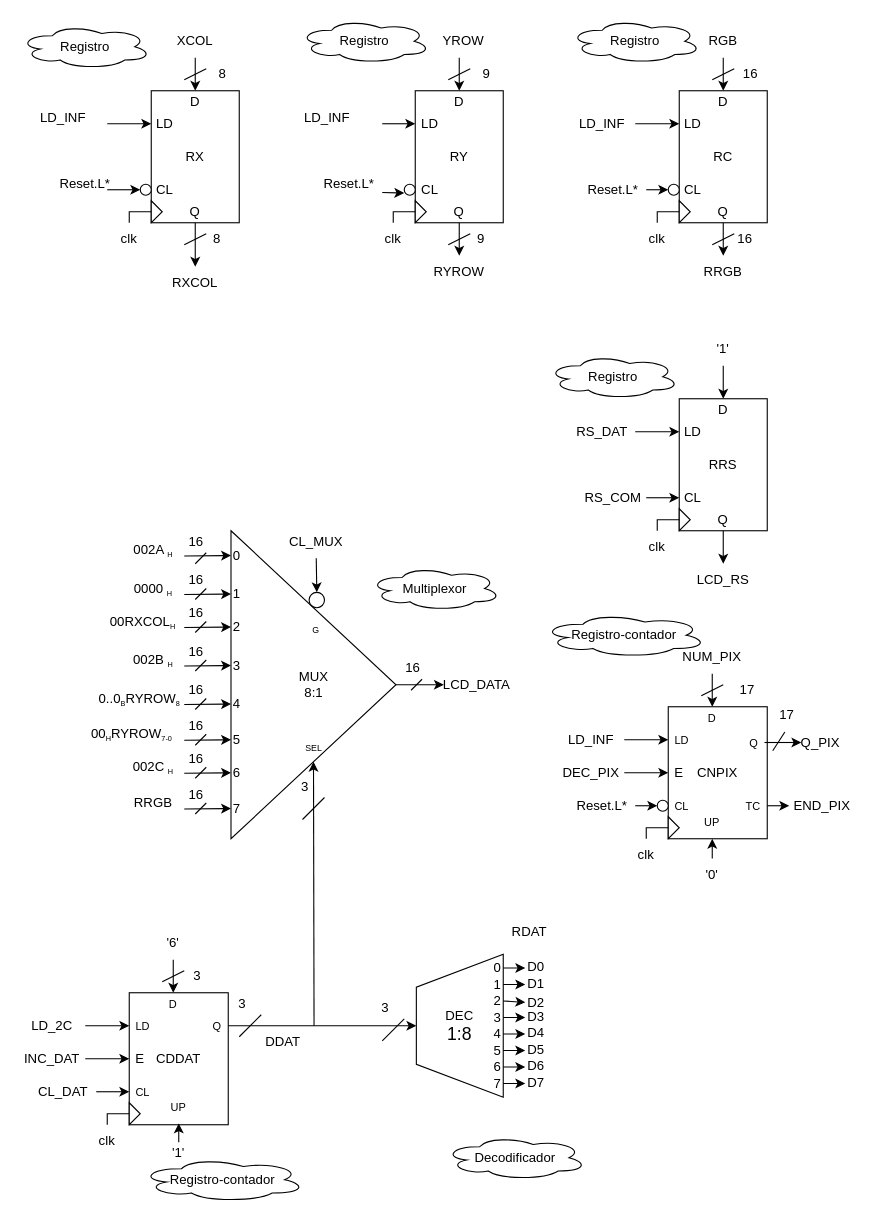
The draw.io diagram page "UP" (2 of 2) of Grupo-C4/Proyecto/Documentación/LCD_CTRL.drawio in AlexAgustin/Grupo-C4, before the edit. Source tidied: cells renumbered, new cells numbered last; positions are measured from the earlier drawing's top-left corner, leaving out a move shared by most shapes. Both pictures are drawn from the tidied source at 110%, with x=0, y=0 at pixel (19, 19).
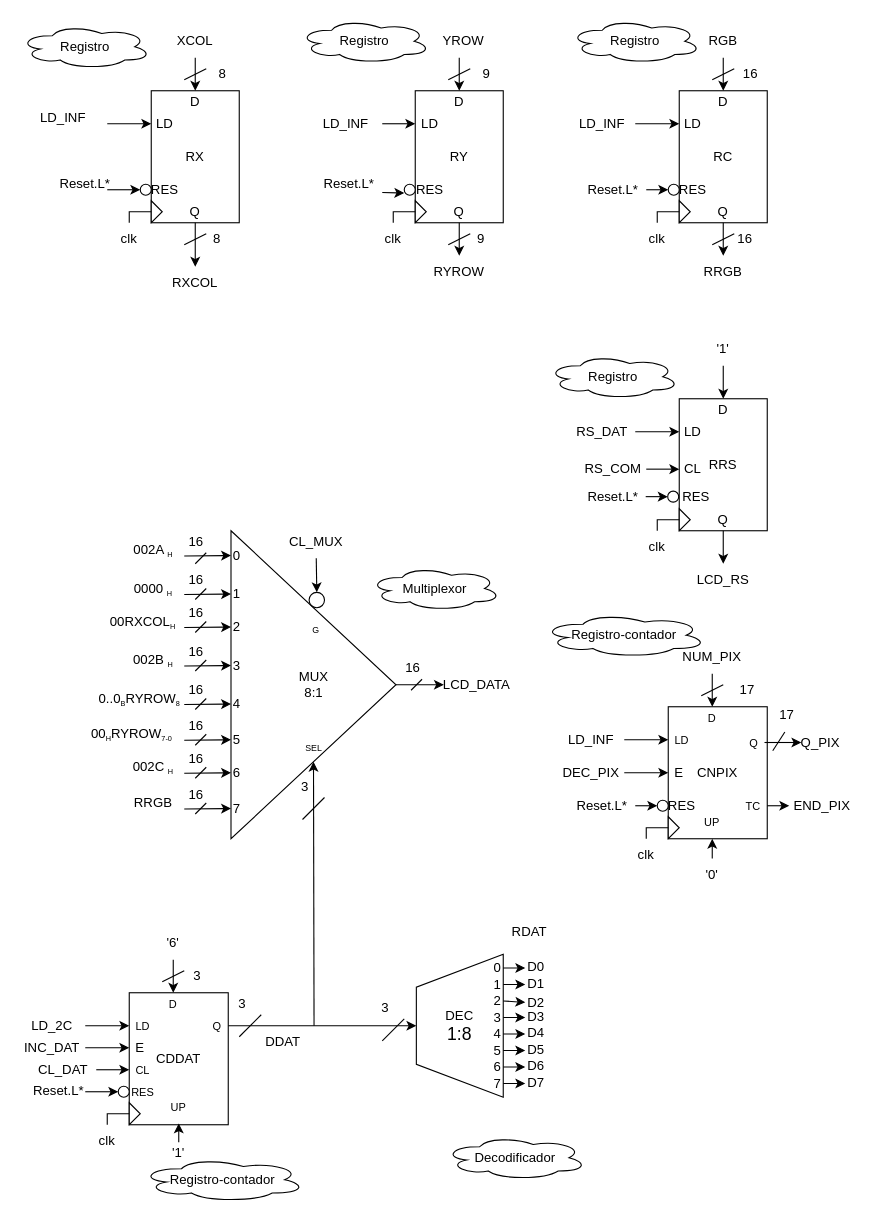
After the change.

Commit message:
update lcd_ctrl

Unchanged cells that the change refers to:
```xml
<mxCell id="113" value="CDDAT" style="rounded=0;whiteSpace=wrap;html=1;" parent="1" vertex="1">
  <mxGeometry x="100" y="885" width="90" height="120" as="geometry" />
</mxCell>
```

Diff of the diagram source:
```diff
@@
     <mxCell id="20" value="LD_INF" style="text;html=1;strokeColor=none;fillColor=none;align=center;verticalAlign=middle;whiteSpace=wrap;rounded=0;" parent="1" vertex="1">
-      <mxGeometry x="250" y="75" width="60" height="30" as="geometry" />
+      <mxGeometry x="267" y="80" width="60" height="30" as="geometry" />
     </mxCell>
@@
-    <mxCell id="57" value="CL" style="text;html=1;strokeColor=none;fillColor=none;align=center;verticalAlign=middle;whiteSpace=wrap;rounded=0;" parent="1" vertex="1">
+    <mxCell id="57" value="RES" style="text;html=1;strokeColor=none;fillColor=none;align=center;verticalAlign=middle;whiteSpace=wrap;rounded=0;" parent="1" vertex="1">
       <mxGeometry x="600" y="145" width="25" height="20" as="geometry" />
     </mxCell>
-    <mxCell id="58" value="CL" style="text;html=1;strokeColor=none;fillColor=none;align=center;verticalAlign=middle;whiteSpace=wrap;rounded=0;" parent="1" vertex="1">
+    <mxCell id="58" value="RES" style="text;html=1;strokeColor=none;fillColor=none;align=center;verticalAlign=middle;whiteSpace=wrap;rounded=0;" parent="1" vertex="1">
       <mxGeometry x="361" y="145" width="25" height="20" as="geometry" />
     </mxCell>
-    <mxCell id="59" value="CL" style="text;html=1;strokeColor=none;fillColor=none;align=center;verticalAlign=middle;whiteSpace=wrap;rounded=0;" parent="1" vertex="1">
+    <mxCell id="59" value="RES" style="text;html=1;strokeColor=none;fillColor=none;align=center;verticalAlign=middle;whiteSpace=wrap;rounded=0;" parent="1" vertex="1">
       <mxGeometry x="120" y="145" width="25" height="20" as="geometry" />
     </mxCell>
@@
     <mxCell id="69" value="RS_COM" style="text;html=1;strokeColor=none;fillColor=none;align=center;verticalAlign=middle;whiteSpace=wrap;rounded=0;" parent="1" vertex="1">
-      <mxGeometry x="510" y="420" width="60" height="30" as="geometry" />
+      <mxGeometry x="510" y="394" width="60" height="30" as="geometry" />
     </mxCell>
@@
     <mxCell id="80" value="CL" style="text;html=1;strokeColor=none;fillColor=none;align=center;verticalAlign=middle;whiteSpace=wrap;rounded=0;" parent="1" vertex="1">
-      <mxGeometry x="600" y="425" width="25" height="20" as="geometry" />
+      <mxGeometry x="600" y="399" width="25" height="20" as="geometry" />
     </mxCell>
@@
-    <mxCell id="101" value="&lt;font style=&quot;font-size: 10px;&quot;&gt;CL&lt;/font&gt;" style="text;html=1;strokeColor=none;fillColor=none;align=center;verticalAlign=middle;whiteSpace=wrap;rounded=0;" parent="1" vertex="1">
+    <mxCell id="101" value="RES" style="text;html=1;strokeColor=none;fillColor=none;align=center;verticalAlign=middle;whiteSpace=wrap;rounded=0;" parent="1" vertex="1">
       <mxGeometry x="590" y="705" width="25" height="20" as="geometry" />
     </mxCell>
@@
     <mxCell id="116" value="CL_DAT" style="text;html=1;strokeColor=none;fillColor=none;align=center;verticalAlign=middle;whiteSpace=wrap;rounded=0;" parent="1" vertex="1">
-      <mxGeometry x="10" y="960" width="60" height="30" as="geometry" />
+      <mxGeometry x="10" y="940" width="60" height="30" as="geometry" />
     </mxCell>
@@
     <mxCell id="130" value="&lt;font style=&quot;font-size: 10px;&quot;&gt;CL&lt;/font&gt;" style="text;html=1;strokeColor=none;fillColor=none;align=center;verticalAlign=middle;whiteSpace=wrap;rounded=0;" parent="1" vertex="1">
-      <mxGeometry x="100" y="965" width="25" height="20" as="geometry" />
+      <mxGeometry x="100" y="945" width="25" height="20" as="geometry" />
     </mxCell>
@@
     <mxCell id="133" value="INC_DAT" style="text;html=1;strokeColor=none;fillColor=none;align=center;verticalAlign=middle;whiteSpace=wrap;rounded=0;" parent="1" vertex="1">
-      <mxGeometry y="930" width="60" height="30" as="geometry" />
+      <mxGeometry y="920" width="60" height="30" as="geometry" />
     </mxCell>
-    <mxCell id="134" style="endArrow=classic;html=1;rounded=0;entryX=0;entryY=0.5;entryDx=0;entryDy=0;exitX=1;exitY=0.5;exitDx=0;exitDy=0;" parent="1" edge="1" source="133" target="113">
-      <mxGeometry relative="1" as="geometry" />
+    <mxCell id="134" style="endArrow=classic;html=1;rounded=0;entryX=0;entryY=0.5;entryDx=0;entryDy=0;exitX=1;exitY=0.5;exitDx=0;exitDy=0;" parent="1" edge="1" source="133">
+      <mxGeometry relative="1" as="geometry">
+        <mxPoint x="100" y="935" as="targetPoint" />
+      </mxGeometry>
     </mxCell>
     <mxCell id="135" value="E" style="text;html=1;strokeColor=none;fillColor=none;align=center;verticalAlign=middle;whiteSpace=wrap;rounded=0;" parent="1" vertex="1">
-      <mxGeometry x="100" y="930" width="20" height="30" as="geometry" />
+      <mxGeometry x="100" y="920" width="20" height="30" as="geometry" />
     </mxCell>
@@
+    <mxCell id="230" value="Reset.L*" style="text;html=1;strokeColor=none;fillColor=none;align=center;verticalAlign=middle;whiteSpace=wrap;rounded=0;" parent="1" vertex="1">
+      <mxGeometry x="509.5" y="419" width="60" height="30" as="geometry" />
+    </mxCell>
+    <mxCell id="231" style="endArrow=classic;html=1;rounded=0;exitX=1;exitY=0.5;exitDx=0;exitDy=0;entryX=0;entryY=0.5;entryDx=0;entryDy=0;" parent="1" edge="1" source="230" target="232">
+      <mxGeometry relative="1" as="geometry" />
+    </mxCell>
+    <mxCell id="232" style="ellipse;whiteSpace=wrap;html=1;" parent="1" vertex="1">
+      <mxGeometry x="589.5" y="429" width="10" height="10" as="geometry" />
+    </mxCell>
+    <mxCell id="233" value="RES" style="text;html=1;strokeColor=none;fillColor=none;align=center;verticalAlign=middle;whiteSpace=wrap;rounded=0;" parent="1" vertex="1">
+      <mxGeometry x="599.5" y="424" width="31" height="20" as="geometry" />
+    </mxCell>
+    <mxCell id="234" style="endArrow=classic;html=1;rounded=0;" parent="1" edge="1">
+      <mxGeometry relative="1" as="geometry">
+        <mxPoint x="60" y="975" as="sourcePoint" />
+        <mxPoint x="90" y="975" as="targetPoint" />
+      </mxGeometry>
+    </mxCell>
+    <mxCell id="235" value="Reset.L*" style="text;html=1;strokeColor=none;fillColor=none;align=center;verticalAlign=middle;whiteSpace=wrap;rounded=0;" parent="1" vertex="1">
+      <mxGeometry x="6" y="958.8" width="60" height="30" as="geometry" />
+    </mxCell>
+    <mxCell id="236" style="ellipse;whiteSpace=wrap;html=1;" parent="1" vertex="1">
+      <mxGeometry x="90" y="970" width="10" height="10" as="geometry" />
+    </mxCell>
+    <mxCell id="237" value="&lt;font style=&quot;font-size: 10px;&quot;&gt;RES&lt;/font&gt;" style="text;html=1;strokeColor=none;fillColor=none;align=center;verticalAlign=middle;whiteSpace=wrap;rounded=0;" parent="1" vertex="1">
+      <mxGeometry x="100" y="965" width="25" height="20" as="geometry" />
+    </mxCell>
```
